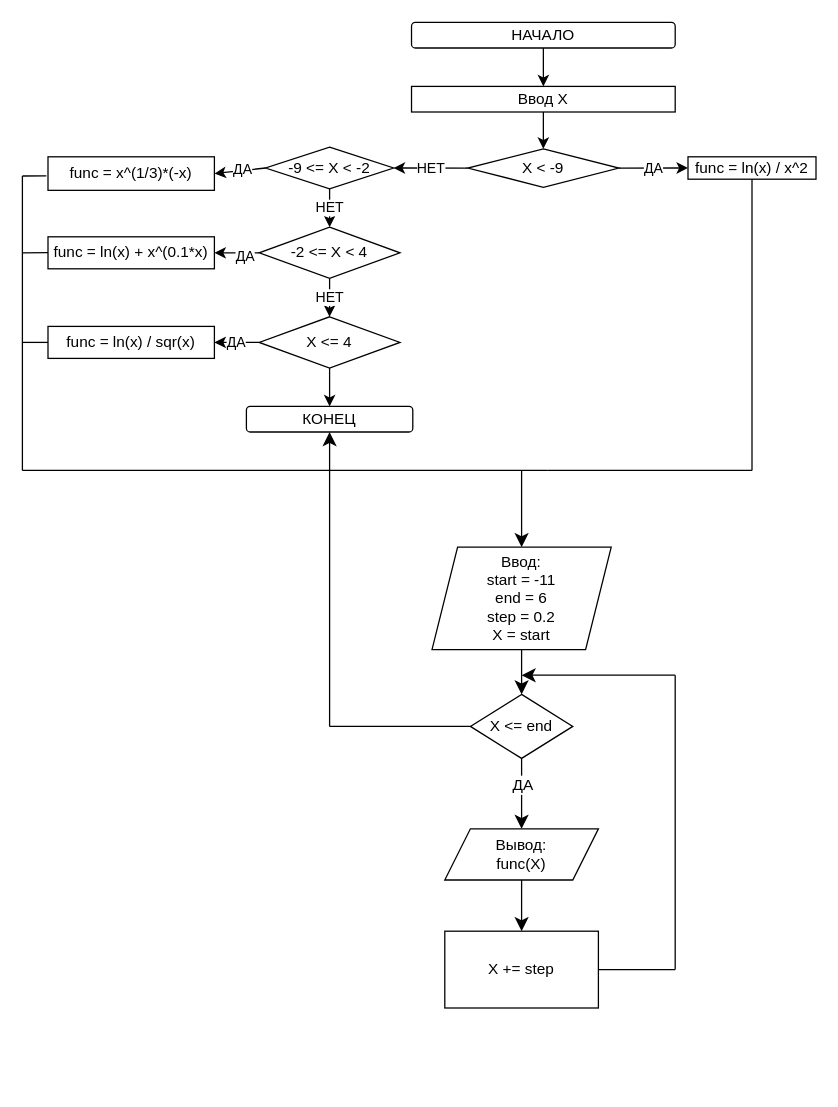
Above: KR/1/lab_1.drawio in Orex2105/FAP (draw.io), before the change. Source tidied: cells renumbered, new cells numbered last; positions are measured from the earlier drawing's top-left corner, leaving out a move shared by most shapes. Both pictures are drawn from the tidied source at 128%, with x=0, y=0 at pixel (22, 22).
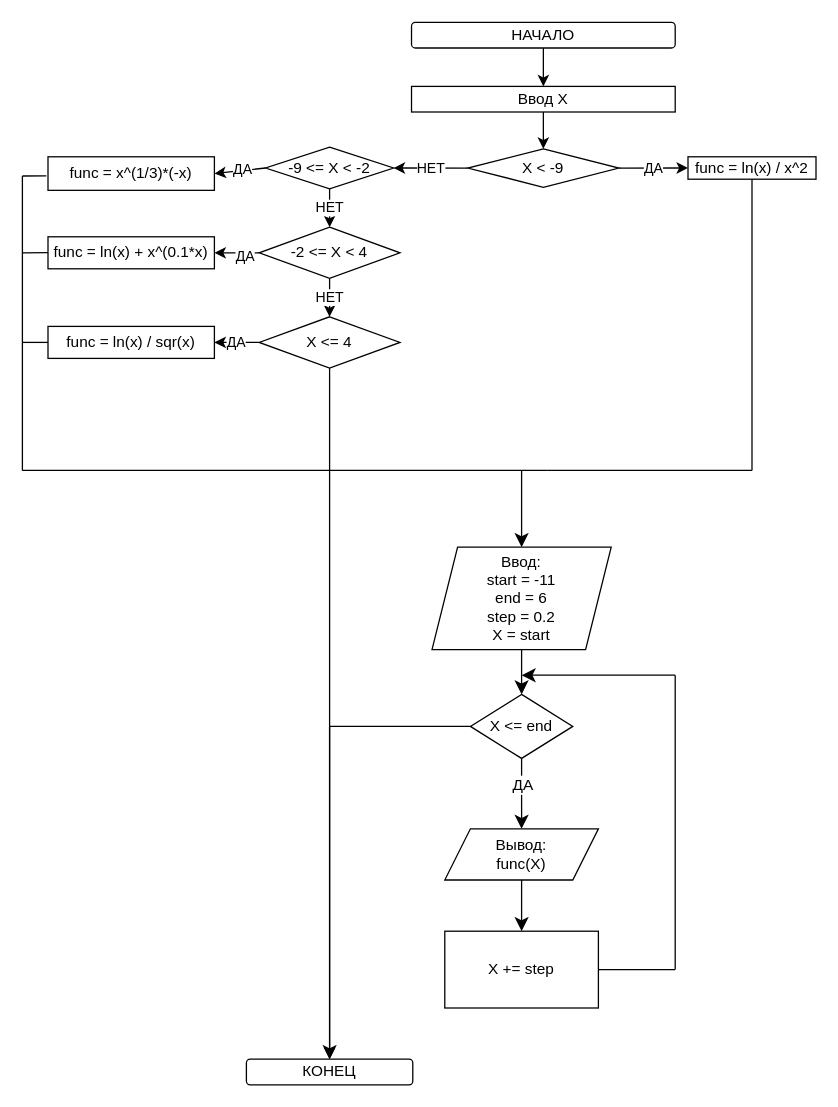
The same diagram, later.

Diff of the diagram source:
```diff
@@
     <mxCell id="23" value="КОНЕЦ" style="rounded=1;whiteSpace=wrap;html=1;" parent="1" vertex="1">
-      <mxGeometry x="175" y="300" width="130" height="20" as="geometry" />
+      <mxGeometry x="175" y="810" width="130" height="20" as="geometry" />
     </mxCell>
@@
-    <mxCell id="45" style="endArrow=classic;html=1;rounded=0;fontSize=12;startSize=8;endSize=8;curved=1;entryX=0.5;entryY=1;entryDx=0;entryDy=0;" parent="1" edge="1" target="23">
+    <mxCell id="45" style="endArrow=classic;html=1;rounded=0;fontSize=12;startSize=8;endSize=8;curved=1;" parent="1" edge="1">
       <mxGeometry relative="1" as="geometry">
         <mxPoint x="240" y="550" as="sourcePoint" />
+        <mxPoint x="240" y="810" as="targetPoint" />
       </mxGeometry>
     </mxCell>
```
